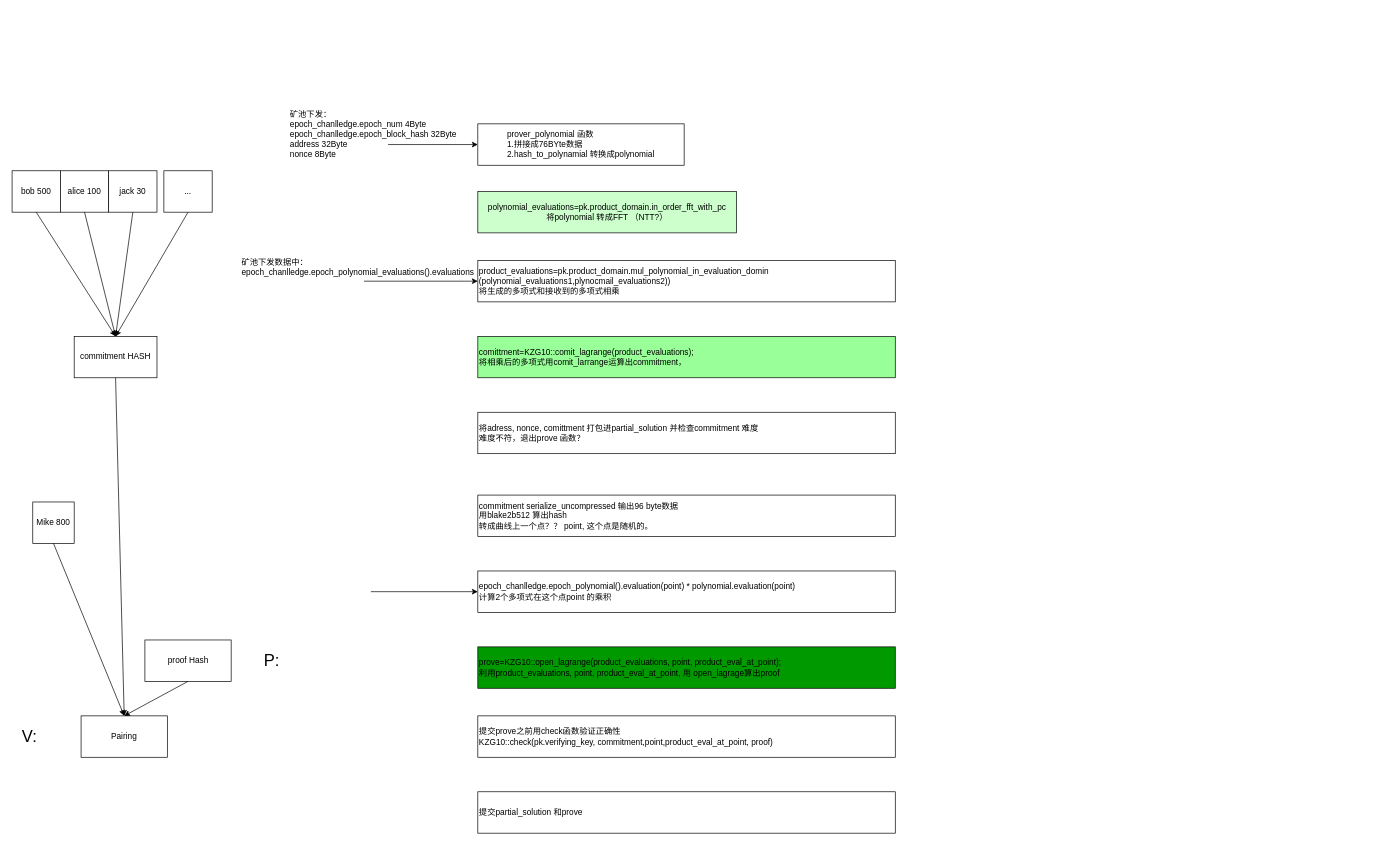
This is page "第 1 页" (1 of 2) of aleo.drawio from aguilzu00/aleo-prover, a draw.io file, before an edit. Source tidied: cells renumbered, new cells numbered last; positions are measured from the earlier drawing's top-left corner, leaving out a move shared by most shapes. Both pictures are drawn from the tidied source at 69%, with x=0, y=0 at pixel (12, 103).
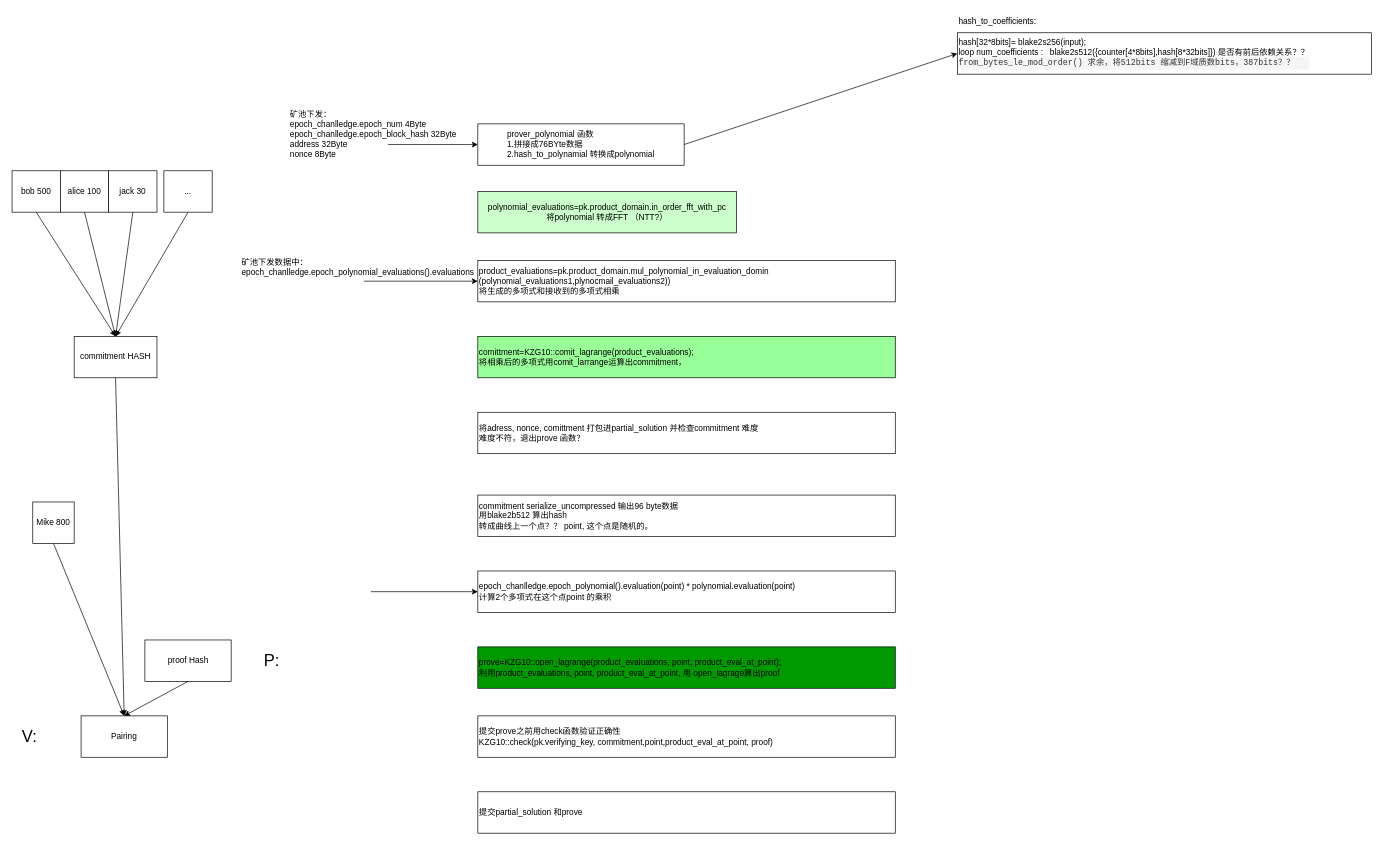
Above is the later version.

Unchanged cells that the change refers to:
```xml
<mxCell id="2" value="&lt;div style=&quot;text-align: left;&quot;&gt;&lt;span style=&quot;background-color: initial;&quot;&gt;prover_polynomial 函数&lt;/span&gt;&lt;/div&gt;&lt;div style=&quot;text-align: left;&quot;&gt;&lt;span style=&quot;background-color: initial;&quot;&gt;1.拼接成76BYte数据&lt;/span&gt;&lt;/div&gt;&lt;div style=&quot;text-align: left;&quot;&gt;&lt;span style=&quot;background-color: initial;&quot;&gt;2.hash_to_polynamial 转换成polynomial&lt;/span&gt;&lt;/div&gt;" style="rounded=0;whiteSpace=wrap;html=1;" parent="1" vertex="1">
  <mxGeometry x="675" y="30" width="299" height="60" as="geometry" />
</mxCell>
```

What changed in the source:
```diff
@@
+    <mxCell id="34" style="endArrow=classic;html=1;rounded=0;exitX=1;exitY=0.5;exitDx=0;exitDy=0;entryX=0;entryY=0.5;entryDx=0;entryDy=0;" parent="1" edge="1" source="2" target="35">
+      <mxGeometry relative="1" as="geometry" />
+    </mxCell>
+    <mxCell id="35" value="hash[32*8bits]= blake2s256(input);&lt;br&gt;loop num_coefficients :&amp;nbsp; &amp;nbsp;blake2s512({counter[4*8bits],hash[8*32bits]}) 是否有前后依赖关系？？&lt;br&gt;&lt;div style=&quot;color: rgb(51, 51, 51); background-color: rgb(245, 245, 245); font-family: Consolas, &amp;quot;Courier New&amp;quot;, monospace; line-height: 19px;&quot;&gt;&lt;font style=&quot;font-size: 12px;&quot;&gt;from_bytes_le_mod_order() 求余，将512bits 缩减到F域质数bits，387bits？？&lt;/font&gt;&lt;/div&gt;" style="rounded=0;whiteSpace=wrap;html=1;align=left;" parent="1" vertex="1">
+      <mxGeometry x="1370" y="-102" width="600" height="60" as="geometry" />
+    </mxCell>
+    <mxCell id="36" value="&lt;span style=&quot;color: rgb(0, 0, 0); font-family: Helvetica; font-size: 12px; font-style: normal; font-variant-ligatures: normal; font-variant-caps: normal; font-weight: 400; letter-spacing: normal; orphans: 2; text-align: center; text-indent: 0px; text-transform: none; widows: 2; word-spacing: 0px; -webkit-text-stroke-width: 0px; background-color: rgb(251, 251, 251); text-decoration-thickness: initial; text-decoration-style: initial; text-decoration-color: initial; float: none; display: inline !important;&quot;&gt;hash_to_coefficients:&lt;/span&gt;" style="text;whiteSpace=wrap;html=1;" parent="1" vertex="1">
+      <mxGeometry x="1370" y="-132" width="150" height="40" as="geometry" />
+    </mxCell>
```
